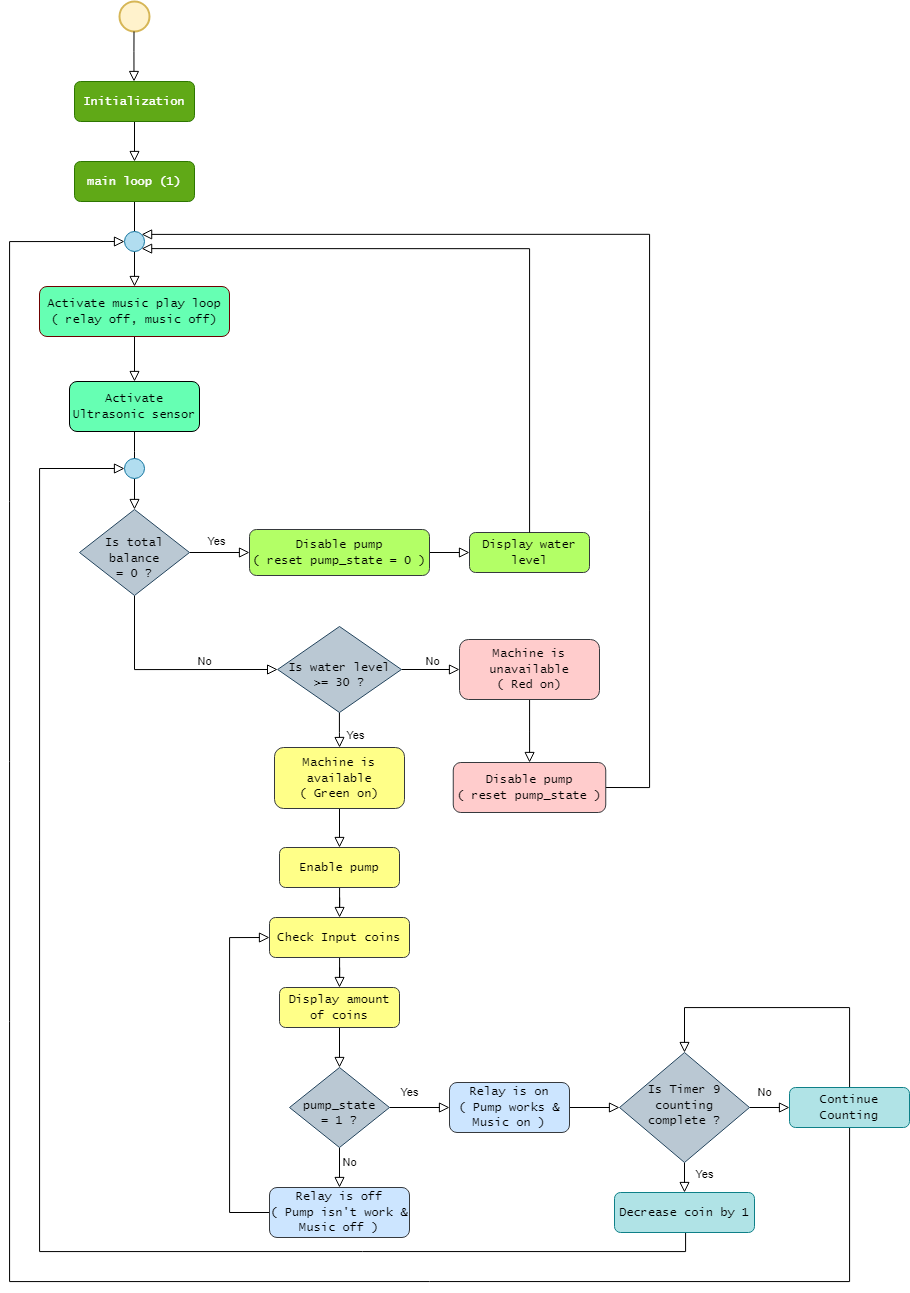
annnoftx/2566-CPE311-Vinsmoke keeps this draw.io diagram as FlowchartDiagram_CPE-311.drawio.png. Above is the earlier version. Source tidied: cells renumbered, new cells last; positions are measured from the earlier drawing's top-left corner, leaving out a move shared by most shapes.
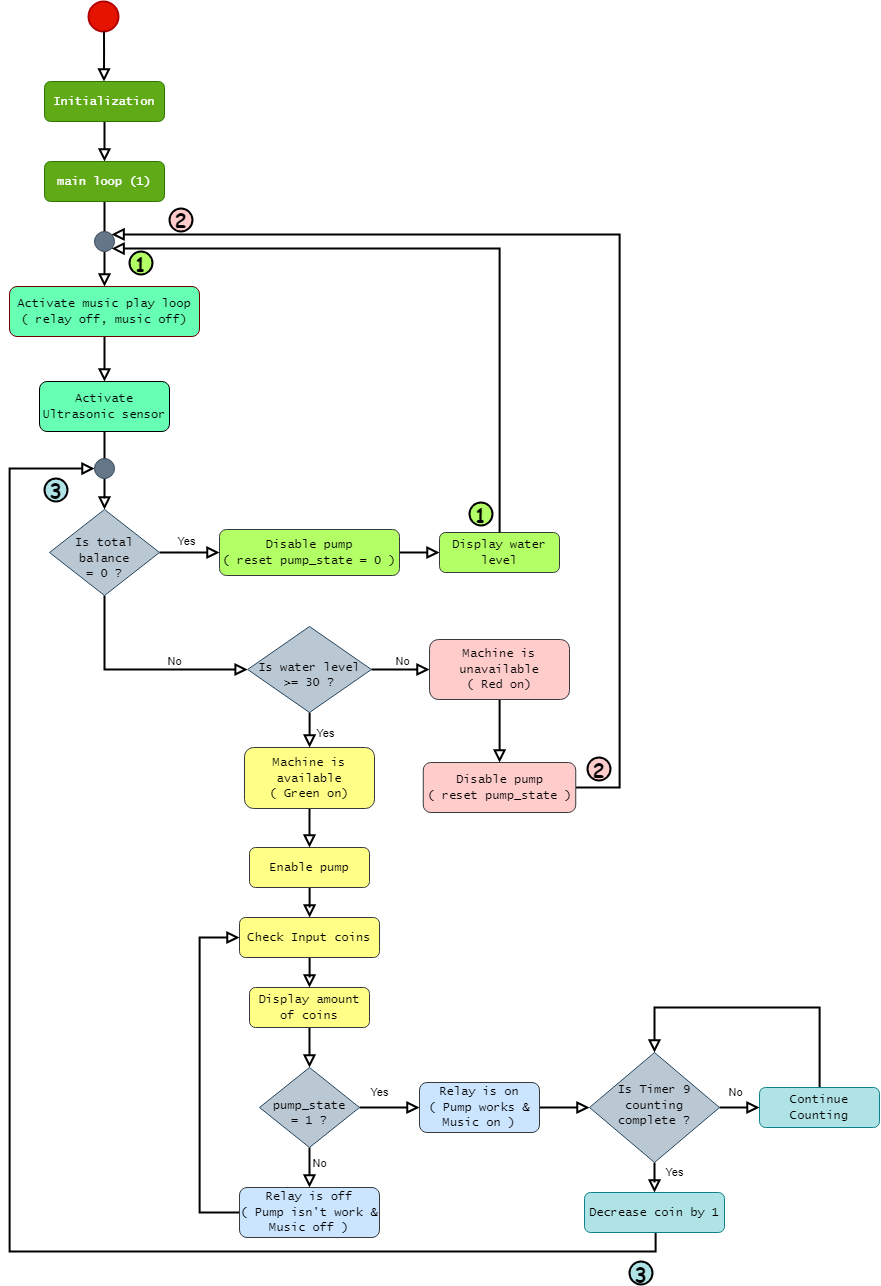
Above is the later version.

Change to the diagram source:
```diff
@@ -4,6 +4,6 @@
     <mxCell id="1" parent="0" />
-    <mxCell id="2" style="strokeWidth=2;html=1;shape=mxgraph.flowchart.start_2;whiteSpace=wrap;fillColor=#fff2cc;strokeColor=#d6b656;" parent="1" vertex="1">
-      <mxGeometry x="110" width="30" height="30" as="geometry" />
+    <mxCell id="2" style="strokeWidth=2;html=1;shape=mxgraph.flowchart.start_2;whiteSpace=wrap;fillColor=#e51400;strokeColor=#B20000;fontColor=#ffffff;" parent="1" vertex="1">
+      <mxGeometry x="109" width="30" height="30" as="geometry" />
     </mxCell>
-    <mxCell id="3" style="edgeStyle=orthogonalEdgeStyle;rounded=0;jettySize=auto;html=1;endArrow=block;endFill=0;endSize=8;" parent="1" edge="1" source="4" target="44">
+    <mxCell id="3" style="edgeStyle=orthogonalEdgeStyle;rounded=0;jettySize=auto;html=1;endArrow=block;endFill=0;endSize=8;strokeWidth=2;" parent="1" edge="1" source="4" target="44">
       <mxGeometry relative="1" as="geometry" />
@@ -13,3 +13,3 @@
     </mxCell>
-    <mxCell id="5" style="rounded=0;html=1;jettySize=auto;orthogonalLoop=1;fontSize=11;endArrow=block;endFill=0;endSize=8;strokeWidth=1;shadow=0;labelBackgroundColor=none;edgeStyle=orthogonalEdgeStyle;" parent="1" edge="1">
+    <mxCell id="5" style="rounded=0;html=1;jettySize=auto;orthogonalLoop=1;fontSize=11;endArrow=block;endFill=0;endSize=8;strokeWidth=2;shadow=0;labelBackgroundColor=none;edgeStyle=orthogonalEdgeStyle;" parent="1" edge="1">
       <mxGeometry relative="1" as="geometry">
@@ -23,3 +23,3 @@
     </mxCell>
-    <mxCell id="6" style="edgeStyle=orthogonalEdgeStyle;rounded=0;jettySize=auto;html=1;endSize=8;endArrow=block;endFill=0;" parent="1" edge="1" source="7" target="9">
+    <mxCell id="6" style="edgeStyle=orthogonalEdgeStyle;rounded=0;jettySize=auto;html=1;endSize=8;endArrow=block;endFill=0;strokeWidth=2;" parent="1" edge="1" source="7" target="9">
       <mxGeometry relative="1" as="geometry" />
@@ -29,3 +29,3 @@
     </mxCell>
-    <mxCell id="8" style="edgeStyle=orthogonalEdgeStyle;rounded=0;jettySize=auto;html=1;endArrow=none;endFill=0;endSize=8;" parent="1" edge="1" source="9">
+    <mxCell id="8" style="edgeStyle=orthogonalEdgeStyle;rounded=0;jettySize=auto;html=1;endArrow=none;endFill=0;endSize=8;strokeWidth=2;" parent="1" edge="1" source="9">
       <mxGeometry relative="1" as="geometry">
@@ -37,3 +37,3 @@
     </mxCell>
-    <mxCell id="10" style="edgeStyle=orthogonalEdgeStyle;rounded=0;jettySize=auto;html=1;endSize=8;endArrow=block;endFill=0;" parent="1" edge="1" source="11" target="45">
+    <mxCell id="10" style="edgeStyle=orthogonalEdgeStyle;rounded=0;jettySize=auto;html=1;endSize=8;endArrow=block;endFill=0;strokeWidth=2;" parent="1" edge="1" source="11" target="45">
       <mxGeometry relative="1" as="geometry" />
@@ -43,6 +43,6 @@
     </mxCell>
-    <mxCell id="12" value="No" style="edgeStyle=orthogonalEdgeStyle;rounded=0;jettySize=auto;html=1;endSize=8;endArrow=block;endFill=0;" parent="1" edge="1" source="14" target="42">
+    <mxCell id="12" value="No" style="edgeStyle=orthogonalEdgeStyle;rounded=0;jettySize=auto;html=1;endSize=8;endArrow=block;endFill=0;strokeWidth=2;" parent="1" edge="1" source="14" target="42">
       <mxGeometry x="0.09" y="8" relative="1" as="geometry" />
     </mxCell>
-    <mxCell id="13" value="Yes" style="edgeStyle=orthogonalEdgeStyle;rounded=0;jettySize=auto;html=1;endArrow=block;endFill=0;endSize=8;" parent="1" edge="1" source="14" target="52">
+    <mxCell id="13" value="Yes" style="edgeStyle=orthogonalEdgeStyle;rounded=0;jettySize=auto;html=1;endArrow=block;endFill=0;endSize=8;strokeWidth=2;" parent="1" edge="1" source="14" target="52">
       <mxGeometry x="0.38" y="-10" relative="1" as="geometry">
@@ -54,6 +54,6 @@
     </mxCell>
-    <mxCell id="15" value="Yes" style="edgeStyle=orthogonalEdgeStyle;rounded=0;jettySize=auto;html=1;endArrow=block;endFill=0;endSize=8;" parent="1" edge="1" source="17" target="11">
+    <mxCell id="15" value="Yes" style="edgeStyle=orthogonalEdgeStyle;rounded=0;jettySize=auto;html=1;endArrow=block;endFill=0;endSize=8;strokeWidth=2;" parent="1" edge="1" source="17" target="11">
       <mxGeometry x="-0.1" y="11" relative="1" as="geometry" />
     </mxCell>
-    <mxCell id="16" value="No" style="edgeStyle=orthogonalEdgeStyle;rounded=0;jettySize=auto;html=1;entryX=0;entryY=0.5;entryDx=0;entryDy=0;endArrow=block;endFill=0;endSize=8;" parent="1" edge="1" source="17" target="14">
+    <mxCell id="16" value="No" style="edgeStyle=orthogonalEdgeStyle;rounded=0;jettySize=auto;html=1;entryX=0;entryY=0.5;entryDx=0;entryDy=0;endArrow=block;endFill=0;endSize=8;strokeWidth=2;" parent="1" edge="1" source="17" target="14">
       <mxGeometry x="0.32" y="8" relative="1" as="geometry">
@@ -67,9 +67,9 @@
     </mxCell>
-    <mxCell id="18" style="edgeStyle=orthogonalEdgeStyle;rounded=0;jettySize=auto;html=1;endArrow=block;endFill=0;endSize=8;" parent="1" edge="1" source="19" target="17">
+    <mxCell id="18" style="edgeStyle=orthogonalEdgeStyle;rounded=0;jettySize=auto;html=1;endArrow=block;endFill=0;endSize=8;strokeWidth=2;" parent="1" edge="1" source="19" target="17">
       <mxGeometry relative="1" as="geometry" />
     </mxCell>
-    <mxCell id="19" style="verticalLabelPosition=bottom;verticalAlign=top;html=1;shape=mxgraph.flowchart.on-page_reference;fillColor=#b1ddf0;strokeColor=#10739e;" parent="1" vertex="1">
+    <mxCell id="19" style="verticalLabelPosition=bottom;verticalAlign=top;html=1;shape=mxgraph.flowchart.on-page_reference;fillColor=#647687;strokeColor=#314354;fontColor=#ffffff;" parent="1" vertex="1">
       <mxGeometry x="115" y="457" width="20" height="20" as="geometry" />
     </mxCell>
-    <mxCell id="20" style="edgeStyle=orthogonalEdgeStyle;rounded=0;jettySize=auto;html=1;endSize=8;endArrow=block;endFill=0;" parent="1" edge="1" source="21" target="23">
+    <mxCell id="20" style="edgeStyle=orthogonalEdgeStyle;rounded=0;jettySize=auto;html=1;endSize=8;endArrow=block;endFill=0;strokeWidth=2;" parent="1" edge="1" source="21" target="23">
       <mxGeometry relative="1" as="geometry" />
@@ -79,3 +79,3 @@
     </mxCell>
-    <mxCell id="22" style="edgeStyle=orthogonalEdgeStyle;rounded=0;jettySize=auto;html=1;entryX=0.5;entryY=0;entryDx=0;entryDy=0;endSize=8;endArrow=block;endFill=0;" parent="1" edge="1" source="23" target="28">
+    <mxCell id="22" style="edgeStyle=orthogonalEdgeStyle;rounded=0;jettySize=auto;html=1;entryX=0.5;entryY=0;entryDx=0;entryDy=0;endSize=8;endArrow=block;endFill=0;strokeWidth=2;" parent="1" edge="1" source="23" target="28">
       <mxGeometry relative="1" as="geometry" />
@@ -85,6 +85,6 @@
     </mxCell>
-    <mxCell id="24" value="Yes" style="edgeStyle=orthogonalEdgeStyle;rounded=0;jettySize=auto;html=1;endSize=8;endArrow=block;endFill=0;" parent="1" edge="1" source="26" target="30">
+    <mxCell id="24" value="Yes" style="edgeStyle=orthogonalEdgeStyle;rounded=0;jettySize=auto;html=1;endSize=8;endArrow=block;endFill=0;strokeWidth=2;" parent="1" edge="1" source="26" target="30">
       <mxGeometry x="-0.33" y="15" relative="1" as="geometry" />
     </mxCell>
-    <mxCell id="25" value="No" style="edgeStyle=orthogonalEdgeStyle;rounded=0;jettySize=auto;html=1;endSize=8;endArrow=block;endFill=0;" parent="1" edge="1" source="26" target="32">
+    <mxCell id="25" value="No" style="edgeStyle=orthogonalEdgeStyle;rounded=0;jettySize=auto;html=1;endSize=8;endArrow=block;endFill=0;strokeWidth=2;" parent="1" edge="1" source="26" target="32">
       <mxGeometry x="-0.25" y="10" relative="1" as="geometry" />
@@ -94,3 +94,3 @@
     </mxCell>
-    <mxCell id="27" style="edgeStyle=orthogonalEdgeStyle;rounded=0;jettySize=auto;html=1;endSize=8;endArrow=block;endFill=0;" parent="1" edge="1" source="28" target="26">
+    <mxCell id="27" style="edgeStyle=orthogonalEdgeStyle;rounded=0;jettySize=auto;html=1;endSize=8;endArrow=block;endFill=0;strokeWidth=2;" parent="1" edge="1" source="28" target="26">
       <mxGeometry relative="1" as="geometry" />
@@ -100,3 +100,3 @@
     </mxCell>
-    <mxCell id="29" style="edgeStyle=orthogonalEdgeStyle;rounded=0;jettySize=auto;html=1;endSize=8;endArrow=block;endFill=0;" parent="1" edge="1" source="30" target="35">
+    <mxCell id="29" style="edgeStyle=orthogonalEdgeStyle;rounded=0;jettySize=auto;html=1;endSize=8;endArrow=block;endFill=0;strokeWidth=2;" parent="1" edge="1" source="30" target="35">
       <mxGeometry relative="1" as="geometry" />
@@ -106,3 +106,3 @@
     </mxCell>
-    <mxCell id="31" style="edgeStyle=orthogonalEdgeStyle;rounded=0;jettySize=auto;html=1;endSize=8;endArrow=block;endFill=0;entryX=0;entryY=0.5;entryDx=0;entryDy=0;" parent="1" edge="1" source="32" target="23">
+    <mxCell id="31" style="edgeStyle=orthogonalEdgeStyle;rounded=0;jettySize=auto;html=1;endSize=8;endArrow=block;endFill=0;entryX=0;entryY=0.5;entryDx=0;entryDy=0;strokeWidth=2;" parent="1" edge="1" source="32" target="23">
       <mxGeometry relative="1" as="geometry">
@@ -117,6 +117,6 @@
     </mxCell>
-    <mxCell id="33" value="No" style="edgeStyle=orthogonalEdgeStyle;rounded=0;jettySize=auto;html=1;endSize=8;endArrow=block;endFill=0;" parent="1" edge="1" source="35" target="38">
+    <mxCell id="33" value="No" style="edgeStyle=orthogonalEdgeStyle;rounded=0;jettySize=auto;html=1;endSize=8;endArrow=block;endFill=0;strokeWidth=2;" parent="1" edge="1" source="35" target="38">
       <mxGeometry x="-0.26" y="15" relative="1" as="geometry" />
     </mxCell>
-    <mxCell id="34" value="Yes" style="edgeStyle=orthogonalEdgeStyle;rounded=0;jettySize=auto;html=1;endSize=8;endArrow=block;endFill=0;" parent="1" edge="1" source="35" target="40">
+    <mxCell id="34" value="Yes" style="edgeStyle=orthogonalEdgeStyle;rounded=0;jettySize=auto;html=1;endSize=8;endArrow=block;endFill=0;strokeWidth=2;" parent="1" edge="1" source="35" target="40">
       <mxGeometry x="0.29" y="24" relative="1" as="geometry">
@@ -128,3 +128,3 @@
     </mxCell>
-    <mxCell id="36" style="edgeStyle=orthogonalEdgeStyle;rounded=0;jettySize=auto;html=1;entryX=0.5;entryY=0;entryDx=0;entryDy=0;endSize=8;endArrow=block;endFill=0;" parent="1" edge="1" source="38" target="35">
+    <mxCell id="36" style="edgeStyle=orthogonalEdgeStyle;rounded=0;jettySize=auto;html=1;entryX=0.5;entryY=0;entryDx=0;entryDy=0;endSize=8;endArrow=block;endFill=0;strokeWidth=2;" parent="1" edge="1" source="38" target="35">
       <mxGeometry relative="1" as="geometry">
@@ -136,11 +136,2 @@
     </mxCell>
-    <mxCell id="37" style="edgeStyle=orthogonalEdgeStyle;rounded=0;jettySize=auto;html=1;entryX=0;entryY=0.5;entryDx=0;entryDy=0;entryPerimeter=0;endSize=8;endArrow=block;endFill=0;" parent="1" edge="1" source="38" target="48">
-      <mxGeometry relative="1" as="geometry">
-        <Array as="points">
-          <mxPoint x="840" y="1280" />
-          <mxPoint y="1280" />
-          <mxPoint y="240" />
-        </Array>
-      </mxGeometry>
-    </mxCell>
     <mxCell id="38" value="&lt;font face=&quot;Lucida Console&quot;&gt;Continue Counting&lt;/font&gt;" style="rounded=1;whiteSpace=wrap;html=1;fontSize=12;glass=0;strokeWidth=1;shadow=0;fillColor=#b0e3e6;strokeColor=#0e8088;" parent="1" vertex="1">
@@ -148,3 +139,3 @@
     </mxCell>
-    <mxCell id="39" style="edgeStyle=orthogonalEdgeStyle;rounded=0;jettySize=auto;html=1;entryX=0;entryY=0.5;entryDx=0;entryDy=0;endSize=8;endArrow=block;endFill=0;entryPerimeter=0;" parent="1" edge="1" source="40" target="19">
+    <mxCell id="39" style="edgeStyle=orthogonalEdgeStyle;rounded=0;jettySize=auto;html=1;entryX=0;entryY=0.5;entryDx=0;entryDy=0;endSize=8;endArrow=block;endFill=0;entryPerimeter=0;strokeWidth=2;" parent="1" edge="1" source="40" target="19">
       <mxGeometry relative="1" as="geometry">
@@ -160,3 +151,3 @@
     </mxCell>
-    <mxCell id="41" style="edgeStyle=orthogonalEdgeStyle;rounded=0;jettySize=auto;html=1;endSize=8;endArrow=block;endFill=0;" parent="1" edge="1" source="42" target="50">
+    <mxCell id="41" style="edgeStyle=orthogonalEdgeStyle;rounded=0;jettySize=auto;html=1;endSize=8;endArrow=block;endFill=0;strokeWidth=2;" parent="1" edge="1" source="42" target="50">
       <mxGeometry relative="1" as="geometry" />
@@ -166,3 +157,3 @@
     </mxCell>
-    <mxCell id="43" style="edgeStyle=orthogonalEdgeStyle;rounded=0;jettySize=auto;html=1;entryX=0.5;entryY=0;entryDx=0;entryDy=0;entryPerimeter=0;endArrow=none;endFill=0;" parent="1" edge="1" source="44" target="48">
+    <mxCell id="43" style="edgeStyle=orthogonalEdgeStyle;rounded=0;jettySize=auto;html=1;entryX=0.5;entryY=0;entryDx=0;entryDy=0;entryPerimeter=0;endArrow=none;endFill=0;strokeWidth=2;" parent="1" edge="1" source="44" target="48">
       <mxGeometry relative="1" as="geometry" />
@@ -175,3 +166,3 @@
     </mxCell>
-    <mxCell id="46" style="edgeStyle=orthogonalEdgeStyle;rounded=0;jettySize=auto;html=1;entryX=0.855;entryY=0.855;entryDx=0;entryDy=0;entryPerimeter=0;endSize=8;endArrow=block;endFill=0;" parent="1" edge="1" source="45" target="48">
+    <mxCell id="46" style="edgeStyle=orthogonalEdgeStyle;rounded=0;jettySize=auto;html=1;entryX=0.855;entryY=0.855;entryDx=0;entryDy=0;entryPerimeter=0;endSize=8;endArrow=block;endFill=0;strokeWidth=2;" parent="1" edge="1" source="45" target="48">
       <mxGeometry relative="1" as="geometry">
@@ -182,9 +173,9 @@
     </mxCell>
-    <mxCell id="47" style="edgeStyle=orthogonalEdgeStyle;rounded=0;jettySize=auto;html=1;endSize=8;endArrow=block;endFill=0;" parent="1" edge="1" source="48" target="7">
+    <mxCell id="47" style="edgeStyle=orthogonalEdgeStyle;rounded=0;jettySize=auto;html=1;endSize=8;endArrow=block;endFill=0;strokeWidth=2;" parent="1" edge="1" source="48" target="7">
       <mxGeometry relative="1" as="geometry" />
     </mxCell>
-    <mxCell id="48" style="verticalLabelPosition=bottom;verticalAlign=top;html=1;shape=mxgraph.flowchart.on-page_reference;fillColor=#b1ddf0;strokeColor=#10739e;" parent="1" vertex="1">
+    <mxCell id="48" style="verticalLabelPosition=bottom;verticalAlign=top;html=1;shape=mxgraph.flowchart.on-page_reference;fillColor=#647687;strokeColor=#314354;fontColor=#ffffff;" parent="1" vertex="1">
       <mxGeometry x="115" y="230" width="20" height="20" as="geometry" />
     </mxCell>
-    <mxCell id="49" style="edgeStyle=orthogonalEdgeStyle;rounded=0;jettySize=auto;html=1;entryX=0.855;entryY=0.145;entryDx=0;entryDy=0;entryPerimeter=0;endSize=8;endArrow=block;endFill=0;exitX=1;exitY=0.5;exitDx=0;exitDy=0;" parent="1" edge="1" source="50" target="48">
+    <mxCell id="49" style="edgeStyle=orthogonalEdgeStyle;rounded=0;jettySize=auto;html=1;entryX=0.855;entryY=0.145;entryDx=0;entryDy=0;entryPerimeter=0;endSize=8;endArrow=block;endFill=0;exitX=1;exitY=0.5;exitDx=0;exitDy=0;strokeWidth=2;" parent="1" edge="1" source="50" target="48">
       <mxGeometry relative="1" as="geometry">
@@ -199,3 +190,3 @@
     </mxCell>
-    <mxCell id="51" style="edgeStyle=orthogonalEdgeStyle;rounded=0;jettySize=auto;html=1;exitX=0.5;exitY=1;exitDx=0;exitDy=0;entryX=0.5;entryY=0;entryDx=0;entryDy=0;endSize=8;endArrow=block;endFill=0;" parent="1" edge="1" source="52" target="21">
+    <mxCell id="51" style="edgeStyle=orthogonalEdgeStyle;rounded=0;jettySize=auto;html=1;exitX=0.5;exitY=1;exitDx=0;exitDy=0;entryX=0.5;entryY=0;entryDx=0;entryDy=0;endSize=8;endArrow=block;endFill=0;strokeWidth=2;" parent="1" edge="1" source="52" target="21">
       <mxGeometry relative="1" as="geometry" />
@@ -205,2 +196,20 @@
     </mxCell>
+    <mxCell id="53" value="&lt;font face=&quot;Comic Sans MS&quot; style=&quot;font-size: 20px;&quot;&gt;&lt;b style=&quot;&quot;&gt;1&lt;/b&gt;&lt;/font&gt;" style="ellipse;whiteSpace=wrap;html=1;strokeWidth=2;fillColor=#B3FF66;" parent="1" vertex="1">
+      <mxGeometry x="490" y="501" width="23" height="23" as="geometry" />
+    </mxCell>
+    <mxCell id="54" value="&lt;font face=&quot;Comic Sans MS&quot; style=&quot;font-size: 20px;&quot;&gt;&lt;b style=&quot;&quot;&gt;1&lt;/b&gt;&lt;/font&gt;" style="ellipse;whiteSpace=wrap;html=1;strokeWidth=2;fillColor=#B3FF66;" parent="1" vertex="1">
+      <mxGeometry x="150" y="250" width="23" height="23" as="geometry" />
+    </mxCell>
+    <mxCell id="55" value="&lt;font face=&quot;Comic Sans MS&quot;&gt;&lt;span style=&quot;font-size: 20px;&quot;&gt;&lt;b&gt;2&lt;/b&gt;&lt;/span&gt;&lt;/font&gt;" style="ellipse;whiteSpace=wrap;html=1;strokeWidth=2;fillColor=#FFCCCC;" parent="1" vertex="1">
+      <mxGeometry x="608" y="756" width="23" height="23" as="geometry" />
+    </mxCell>
+    <mxCell id="56" value="&lt;font face=&quot;Comic Sans MS&quot;&gt;&lt;span style=&quot;font-size: 20px;&quot;&gt;&lt;b&gt;2&lt;/b&gt;&lt;/span&gt;&lt;/font&gt;" style="ellipse;whiteSpace=wrap;html=1;strokeWidth=2;fillColor=#FFCCCC;" parent="1" vertex="1">
+      <mxGeometry x="190" y="207" width="23" height="23" as="geometry" />
+    </mxCell>
+    <mxCell id="57" value="&lt;font face=&quot;Comic Sans MS&quot;&gt;&lt;span style=&quot;font-size: 20px;&quot;&gt;&lt;b&gt;3&lt;/b&gt;&lt;/span&gt;&lt;/font&gt;" style="ellipse;whiteSpace=wrap;html=1;strokeWidth=2;fillColor=#B0E3E6;" parent="1" vertex="1">
+      <mxGeometry x="650" y="1260" width="23" height="23" as="geometry" />
+    </mxCell>
+    <mxCell id="58" value="&lt;font face=&quot;Comic Sans MS&quot;&gt;&lt;span style=&quot;font-size: 20px;&quot;&gt;&lt;b&gt;3&lt;/b&gt;&lt;/span&gt;&lt;/font&gt;" style="ellipse;whiteSpace=wrap;html=1;strokeWidth=2;fillColor=#B0E3E6;" parent="1" vertex="1">
+      <mxGeometry x="65" y="477" width="23" height="23" as="geometry" />
+    </mxCell>
   </root>
```
